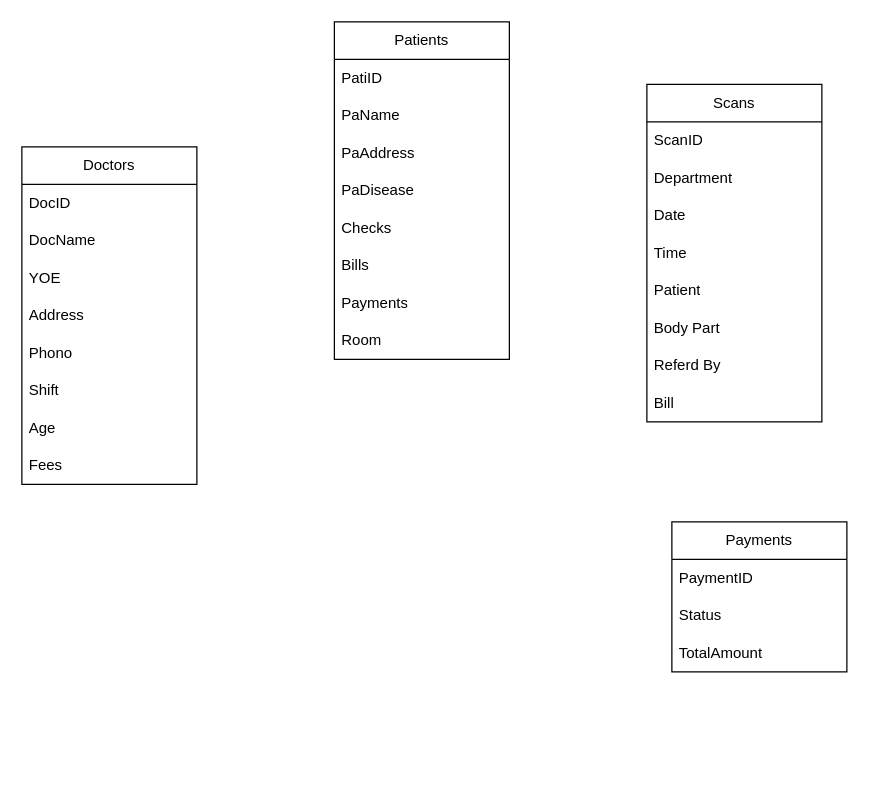
Above: Untitled Diagram.drawio in BDivya251/Test1 (draw.io), before the change. Source tidied: cells renumbered, new cells numbered last; positions are measured from the earlier drawing's top-left corner, leaving out a move shared by most shapes. Both pictures are drawn from the tidied source at 125%, with x=0, y=0 at pixel (21, 21).
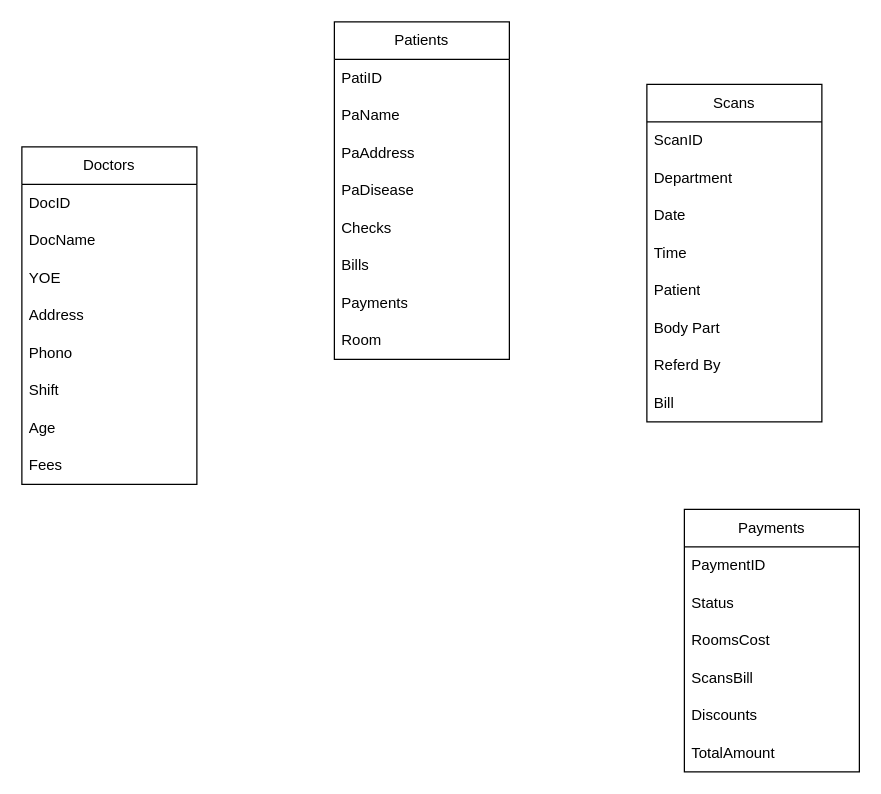
The same diagram, later.

Change to the diagram source:
```diff
@@
     <mxCell id="29" value="Payments" style="swimlane;fontStyle=0;horizontal=1;startSize=30;whiteSpace=wrap;html=1;" parent="1" vertex="1">
-      <mxGeometry x="520" y="400" width="140" height="120" as="geometry" />
+      <mxGeometry x="530" y="390" width="140" height="210" as="geometry" />
     </mxCell>
@@
+    <mxCell id="33" value="RoomsCost" style="text;strokeColor=none;fillColor=none;align=left;verticalAlign=middle;spacingLeft=4;spacingRight=4;overflow=hidden;whiteSpace=wrap;html=1;" parent="29" vertex="1">
+      <mxGeometry y="90" width="140" height="30" as="geometry" />
+    </mxCell>
+    <mxCell id="34" value="ScansBill" style="text;strokeColor=none;fillColor=none;align=left;verticalAlign=middle;spacingLeft=4;spacingRight=4;overflow=hidden;whiteSpace=wrap;html=1;" parent="29" vertex="1">
+      <mxGeometry y="120" width="140" height="30" as="geometry" />
+    </mxCell>
+    <mxCell id="35" value="Discounts" style="text;strokeColor=none;fillColor=none;align=left;verticalAlign=middle;spacingLeft=4;spacingRight=4;overflow=hidden;whiteSpace=wrap;html=1;" parent="29" vertex="1">
+      <mxGeometry y="150" width="140" height="30" as="geometry" />
+    </mxCell>
     <mxCell id="32" value="TotalAmount" style="text;strokeColor=none;fillColor=none;align=left;verticalAlign=middle;spacingLeft=4;spacingRight=4;overflow=hidden;whiteSpace=wrap;html=1;" parent="29" vertex="1">
-      <mxGeometry y="90" width="140" height="30" as="geometry" />
+      <mxGeometry y="180" width="140" height="30" as="geometry" />
     </mxCell>
```
